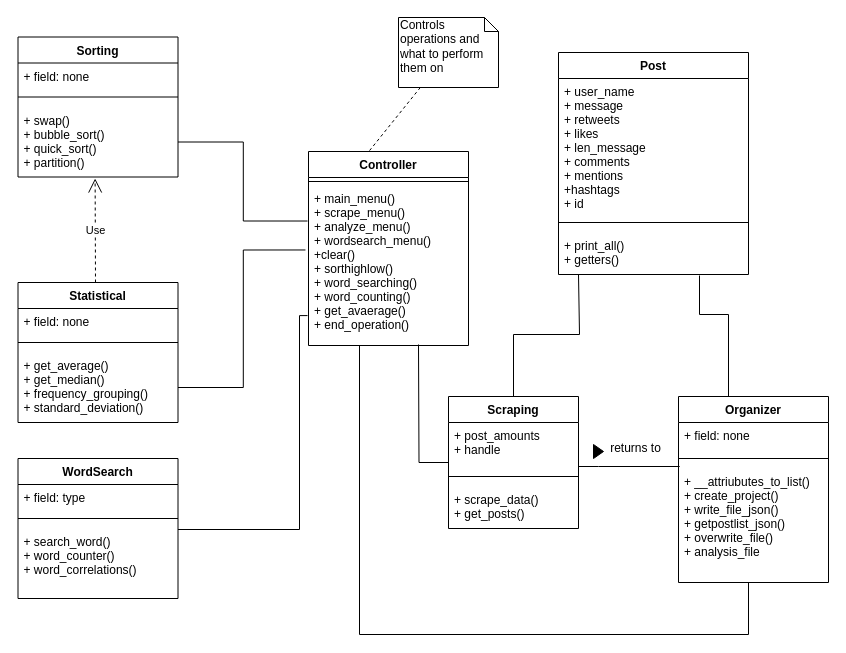
Earlier version of the draw.io diagram class_diagram_for_python_tweeda.drawio (ztychr/tweeda). Source tidied: cells renumbered, new cells numbered last; positions are measured from the earlier drawing's top-left corner, leaving out a move shared by most shapes. Both pictures are drawn from the tidied source at 100%, with x=0, y=0 at pixel (18, 17).
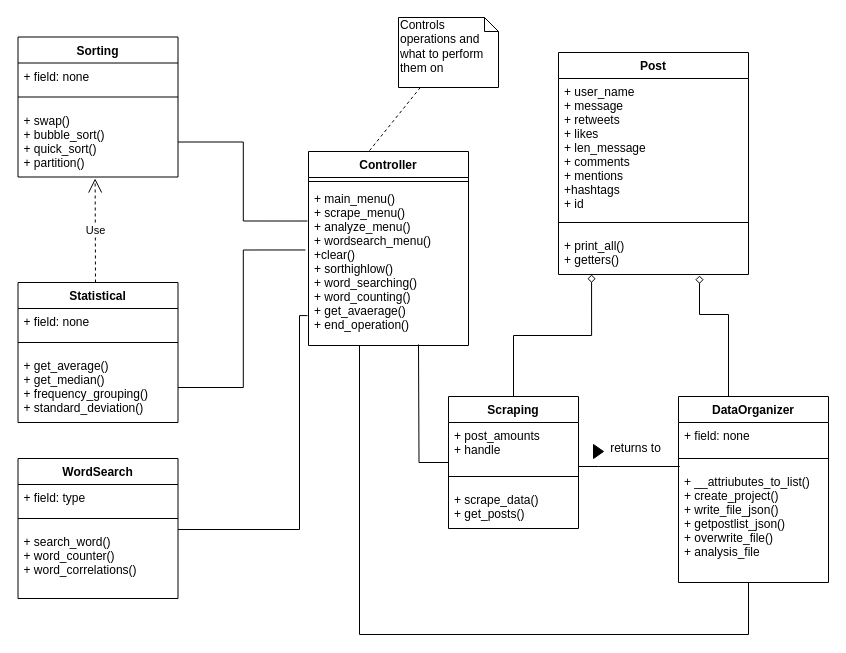
After the change.

The change refers to these unchanged cells:
```xml
<mxCell id="2" value="Controller" style="swimlane;fontStyle=1;align=center;verticalAlign=top;horizontal=1;startSize=26;" parent="1" vertex="1">
  <mxGeometry x="290" y="134" width="160" height="194" as="geometry" />
</mxCell>
<mxCell id="4" value="+ main_menu()&#10;+ scrape_menu()&#10;+ analyze_menu()&#10;+ wordsearch_menu()&#10;+clear()&#10;+ sorthighlow()&#10;+ word_searching()&#10;+ word_counting()&#10;+ get_avaerage()&#10;+ end_operation()&#10;&#10;" style="text;strokeColor=none;fillColor=none;align=left;verticalAlign=top;spacingLeft=4;spacingRight=4;overflow=hidden;points=[[0,0.5],[1,0.5]];portConstraint=eastwest;" parent="2" vertex="1">
  <mxGeometry y="34" width="160" height="160" as="geometry" />
</mxCell>
<mxCell id="8" value="+ print_all()&#10;+ getters()&#10;" style="text;strokeColor=none;fillColor=none;align=left;verticalAlign=top;spacingLeft=4;spacingRight=4;overflow=hidden;points=[[0,0.5],[1,0.5]];portConstraint=eastwest;" parent="5" vertex="1">
  <mxGeometry y="180" width="190" height="42" as="geometry" />
</mxCell>
<mxCell id="33" value="Scraping" style="swimlane;fontStyle=1;align=center;verticalAlign=top;horizontal=1;startSize=26;" parent="1" vertex="1">
  <mxGeometry x="430" y="379" width="130" height="132" as="geometry" />
</mxCell>
```

The edit, as a diff of the source:
```diff
@@
-    <mxCell id="9" style="edgeStyle=orthogonalEdgeStyle;rounded=0;jettySize=auto;html=1;endArrow=none;endFill=0;" parent="1" edge="1" source="11">
+    <mxCell id="9" style="edgeStyle=orthogonalEdgeStyle;rounded=0;jettySize=auto;html=1;endArrow=diamond;endFill=0;startArrow=none;startFill=0;" parent="1" edge="1" source="11">
       <mxGeometry relative="1" as="geometry">
         <mxPoint x="681" y="258" as="targetPoint" />
         <Array as="points">
           <mxPoint x="710" y="297" />
           <mxPoint x="681" y="297" />
           <mxPoint x="681" y="258" />
         </Array>
       </mxGeometry>
     </mxCell>
-    <mxCell id="10" style="edgeStyle=orthogonalEdgeStyle;rounded=0;jettySize=auto;html=1;entryX=0.131;entryY=1;entryDx=0;entryDy=0;entryPerimeter=0;startArrow=none;startFill=0;endArrow=none;endFill=0;" parent="1" edge="1" source="11" target="4">
+    <mxCell id="10" style="edgeStyle=orthogonalEdgeStyle;rounded=0;jettySize=auto;html=1;startArrow=none;startFill=0;endArrow=none;endFill=0;" parent="1" edge="1" source="11">
       <mxGeometry relative="1" as="geometry">
+        <mxPoint x="341" y="328" as="targetPoint" />
         <Array as="points">
           <mxPoint x="730" y="617" />
           <mxPoint x="341" y="617" />
           <mxPoint x="341" y="328" />
         </Array>
       </mxGeometry>
     </mxCell>
-    <mxCell id="11" value="Organizer" style="swimlane;fontStyle=1;align=center;verticalAlign=top;horizontal=1;startSize=26;" parent="1" vertex="1">
+    <mxCell id="11" value="DataOrganizer" style="swimlane;fontStyle=1;align=center;verticalAlign=top;horizontal=1;startSize=26;" parent="1" vertex="1">
       <mxGeometry x="660" y="379" width="150" height="186" as="geometry" />
     </mxCell>
@@
-    <mxCell id="31" style="edgeStyle=orthogonalEdgeStyle;rounded=0;jettySize=auto;html=1;startArrow=none;startFill=0;endArrow=none;endFill=0;" parent="1" edge="1" source="33">
-      <mxGeometry relative="1" as="geometry">
-        <mxPoint x="560" y="257" as="targetPoint" />
-        <Array as="points">
-          <mxPoint x="495" y="317" />
-          <mxPoint x="561" y="317" />
-        </Array>
-      </mxGeometry>
-    </mxCell>
@@
+    <mxCell id="42" style="edgeStyle=orthogonalEdgeStyle;rounded=0;jettySize=auto;html=1;entryX=0.174;entryY=1;entryDx=0;entryDy=0;entryPerimeter=0;startArrow=none;startFill=0;endArrow=diamond;endFill=0;" parent="1" edge="1" source="33" target="8">
+      <mxGeometry relative="1" as="geometry" />
+    </mxCell>
@@
+    <mxCell id="40" style="rounded=0;jettySize=auto;html=1;entryX=0.375;entryY=0.002;entryDx=0;entryDy=0;entryPerimeter=0;startArrow=none;startFill=0;endArrow=none;endFill=0;dashed=1;" parent="1" edge="1" source="41" target="2">
+      <mxGeometry relative="1" as="geometry" />
+    </mxCell>
+    <mxCell id="41" value="Controls operations and what to perform them on" style="shape=note;whiteSpace=wrap;html=1;size=14;verticalAlign=top;align=left;spacingTop=-6;fillColor=#FFFFFF;" parent="1" vertex="1">
+      <mxGeometry x="380" width="100" height="70" as="geometry" />
+    </mxCell>
@@
-    <mxCell id="40" style="rounded=0;jettySize=auto;html=1;entryX=0.375;entryY=0.002;entryDx=0;entryDy=0;entryPerimeter=0;startArrow=none;startFill=0;endArrow=none;endFill=0;dashed=1;" parent="1" edge="1" source="41" target="2">
-      <mxGeometry relative="1" as="geometry" />
-    </mxCell>
-    <mxCell id="41" value="Controls operations and what to perform them on" style="shape=note;whiteSpace=wrap;html=1;size=14;verticalAlign=top;align=left;spacingTop=-6;fillColor=#FFFFFF;" parent="1" vertex="1">
-      <mxGeometry x="380" width="100" height="70" as="geometry" />
-    </mxCell>
```
